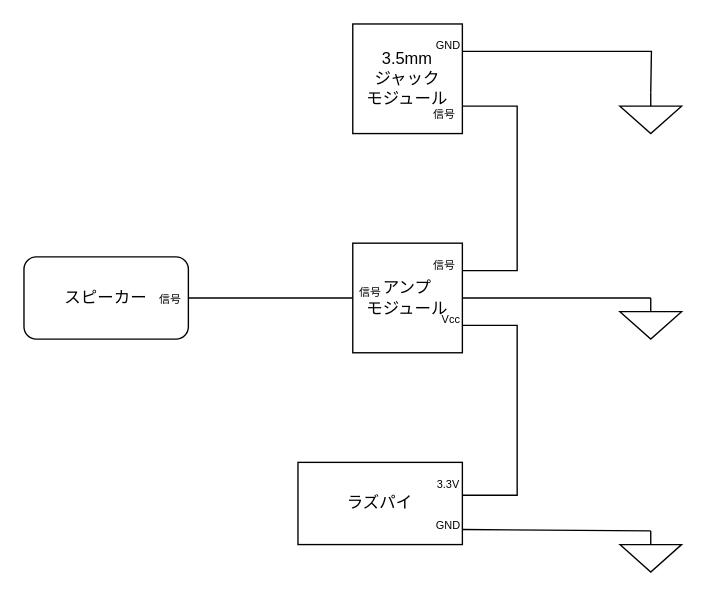
Above: page "初期" (1 of 2) of 資料/回路図/スピーカー回路.drawio in 2cda1218/ResearchProjects (draw.io), before the change. Source tidied: cells renumbered, new cells numbered last; positions are measured from the earlier drawing's top-left corner, leaving out a move shared by most shapes. Both pictures are drawn from the tidied source at 137%, with x=0, y=0 at pixel (23, 23).
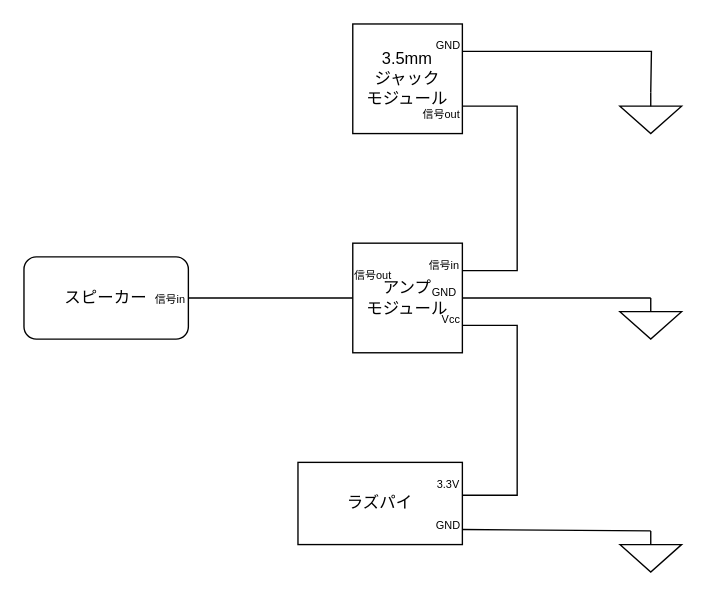
After the change.

What changed in the source:
```diff
@@
-    <mxCell id="17" value="&lt;font style=&quot;font-size: 8px;&quot;&gt;信号&lt;/font&gt;" style="text;html=1;align=center;verticalAlign=middle;whiteSpace=wrap;rounded=0;" parent="1" vertex="1">
+    <mxCell id="17" value="&lt;font style=&quot;font-size: 8px;&quot;&gt;信号in&lt;/font&gt;" style="text;html=1;align=center;verticalAlign=middle;whiteSpace=wrap;rounded=0;" parent="1" vertex="1">
       <mxGeometry x="294" y="170" width="26" height="10" as="geometry" />
     </mxCell>
@@
-    <mxCell id="19" value="&lt;font style=&quot;font-size: 8px;&quot;&gt;信号&lt;/font&gt;" style="text;html=1;align=center;verticalAlign=middle;whiteSpace=wrap;rounded=0;" parent="1" vertex="1">
-      <mxGeometry x="294" y="60" width="26" height="10" as="geometry" />
+    <mxCell id="19" value="&lt;font style=&quot;font-size: 8px;&quot;&gt;信号out&lt;/font&gt;" style="text;html=1;align=center;verticalAlign=middle;whiteSpace=wrap;rounded=0;" parent="1" vertex="1">
+      <mxGeometry x="290" y="60" width="30" height="10" as="geometry" />
     </mxCell>
@@
-    <mxCell id="21" value="&lt;font style=&quot;font-size: 8px;&quot;&gt;信号&lt;/font&gt;" style="text;html=1;align=center;verticalAlign=middle;whiteSpace=wrap;rounded=0;" parent="1" vertex="1">
-      <mxGeometry x="240" y="190" width="26" height="10" as="geometry" />
+    <mxCell id="21" value="&lt;font style=&quot;font-size: 8px;&quot;&gt;信号out&lt;/font&gt;" style="text;html=1;align=center;verticalAlign=middle;whiteSpace=wrap;rounded=0;" parent="1" vertex="1">
+      <mxGeometry x="240" y="178" width="30" height="10" as="geometry" />
     </mxCell>
-    <mxCell id="22" value="&lt;font style=&quot;font-size: 8px;&quot;&gt;信号&lt;/font&gt;" style="text;html=1;align=center;verticalAlign=middle;whiteSpace=wrap;rounded=0;" parent="1" vertex="1">
+    <mxCell id="22" value="&lt;font style=&quot;font-size: 8px;&quot;&gt;信号in&lt;/font&gt;" style="text;html=1;align=center;verticalAlign=middle;whiteSpace=wrap;rounded=0;" parent="1" vertex="1">
       <mxGeometry x="94" y="195" width="26" height="10" as="geometry" />
     </mxCell>
+    <mxCell id="23" value="&lt;font style=&quot;font-size: 8px;&quot;&gt;GND&lt;/font&gt;" style="text;html=1;align=center;verticalAlign=middle;whiteSpace=wrap;rounded=0;" parent="1" vertex="1">
+      <mxGeometry x="297" y="190" width="20" height="10" as="geometry" />
+    </mxCell>
```
